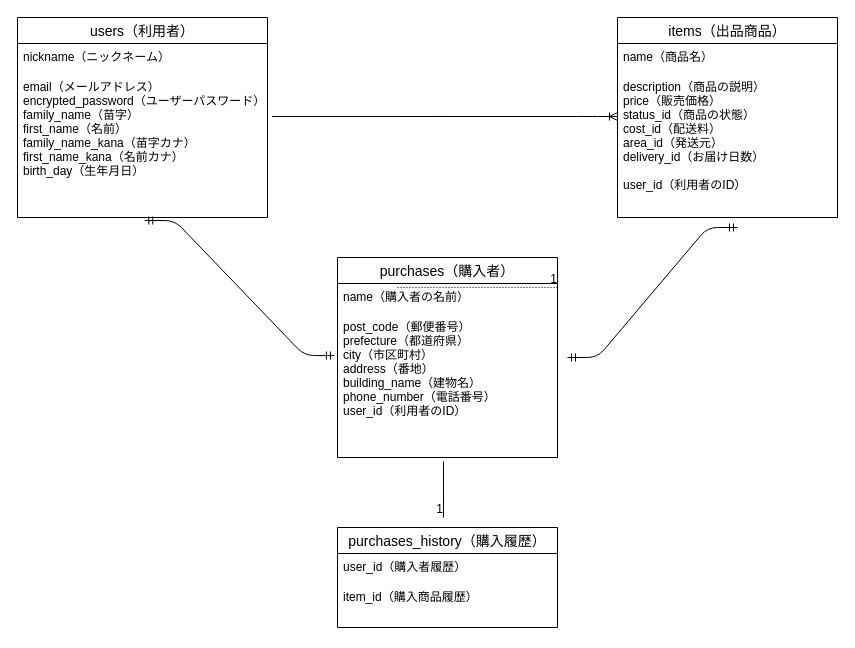
Earlier version of the draw.io diagram page "ページ1" (1 of 2) of furima.dio (atteyo-th/furima-34412). Source tidied: cells renumbered, new cells numbered last; positions are measured from the earlier drawing's top-left corner, leaving out a move shared by most shapes. Both pictures are drawn from the tidied source at 100%, with x=0, y=0 at pixel (17, 17).
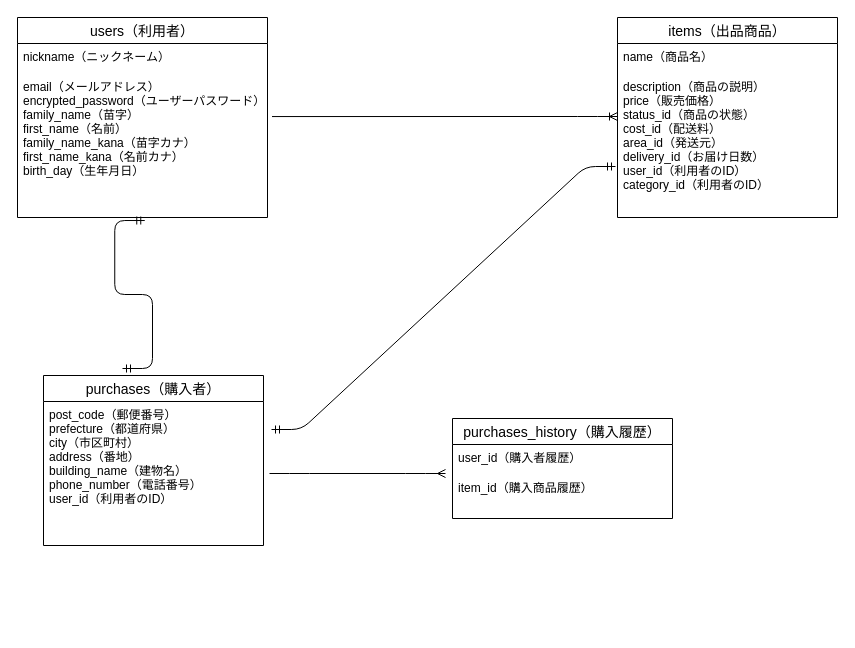
After the change.

Commit message (it also covers changes not shown here):
ER図/REDME修正２

Unchanged cells that the change refers to:
```xml
<mxCell id="4" value="email（メールアドレス）&#10;encrypted_password（ユーザーパスワード）&#10;family_name（苗字）&#10;first_name（名前）&#10;family_name_kana（苗字カナ）&#10;first_name_kana（名前カナ）&#10;birth_day（生年月日）&#10;&#10;&#10;&#10;" style="text;strokeColor=none;fillColor=none;spacingLeft=4;spacingRight=4;overflow=hidden;points=[[0,0.5],[1,0.5]];portConstraint=eastwest;fontSize=12;" parent="2" vertex="1">
  <mxGeometry y="56" width="250" height="144" as="geometry" />
</mxCell>
<mxCell id="5" value="items（出品商品）" style="swimlane;fontStyle=0;horizontal=1;startSize=26;align=center;fontSize=14;direction=east;" parent="1" vertex="1">
  <mxGeometry x="600" width="220" height="200" as="geometry" />
</mxCell>
```

What changed in the source:
```diff
@@
-    <mxCell id="7" value="description（商品の説明）&#10;price（販売価格）&#10;status_id（商品の状態）&#10;cost_id（配送料）&#10;area_id（発送元）&#10;delivery_id（お届け日数）&#10;&#10;user_id（利用者のID）&#10;&#10;&#10;&#10;" style="text;strokeColor=none;fillColor=none;spacingLeft=4;spacingRight=4;overflow=hidden;fontSize=12;" parent="5" vertex="1">
+    <mxCell id="7" value="description（商品の説明）&#10;price（販売価格）&#10;status_id（商品の状態）&#10;cost_id（配送料）&#10;area_id（発送元）&#10;delivery_id（お届け日数）&#10;user_id（利用者のID）&#10;category_id（利用者のID）&#10;&#10;&#10;&#10;" style="text;strokeColor=none;fillColor=none;spacingLeft=4;spacingRight=4;overflow=hidden;fontSize=12;" parent="5" vertex="1">
       <mxGeometry y="56" width="220" height="144" as="geometry" />
     </mxCell>
@@
     <mxCell id="9" value="purchases（購入者）" style="swimlane;fontStyle=0;horizontal=1;startSize=26;align=center;fontSize=14;direction=east;" parent="1" vertex="1">
-      <mxGeometry x="320" y="240" width="220" height="200" as="geometry" />
+      <mxGeometry x="26" y="358" width="220" height="170" as="geometry" />
     </mxCell>
-    <mxCell id="10" value="name（購入者の名前）" style="text;fillColor=none;spacingLeft=4;spacingRight=4;overflow=hidden;fontSize=12;" parent="9" vertex="1">
-      <mxGeometry y="26" width="220" height="30" as="geometry" />
-    </mxCell>
     <mxCell id="11" value="post_code（郵便番号）&#10;prefecture（都道府県）&#10;city（市区町村）&#10;address（番地）&#10;building_name（建物名）&#10;phone_number（電話番号）&#10;user_id（利用者のID）&#10;&#10;&#10;" style="text;strokeColor=none;fillColor=none;spacingLeft=4;spacingRight=4;overflow=hidden;points=[[0,0.5],[1,0.5]];portConstraint=eastwest;fontSize=12;" parent="9" vertex="1">
-      <mxGeometry y="56" width="220" height="144" as="geometry" />
+      <mxGeometry y="26" width="220" height="144" as="geometry" />
     </mxCell>
-    <mxCell id="12" style="edgeStyle=entityRelationEdgeStyle;fontSize=12;html=1;endArrow=ERmandOne;startArrow=ERmandOne;shadow=0;entryX=0.509;entryY=1.021;entryDx=0;entryDy=0;entryPerimeter=0;exitX=-0.014;exitY=0.292;exitDx=0;exitDy=0;exitPerimeter=0;" parent="1" edge="1" source="11" target="4">
-      <mxGeometry relative="1" as="geometry" />
+    <mxCell id="12" style="edgeStyle=entityRelationEdgeStyle;fontSize=12;html=1;endArrow=ERmandOne;startArrow=ERmandOne;shadow=0;entryX=0.509;entryY=1.021;entryDx=0;entryDy=0;entryPerimeter=0;" parent="1" edge="1" target="4">
+      <mxGeometry relative="1" as="geometry">
+        <mxPoint x="105" y="351" as="sourcePoint" />
+      </mxGeometry>
     </mxCell>
     <mxCell id="13" style="edgeStyle=entityRelationEdgeStyle;fontSize=12;html=1;endArrow=ERmandOne;startArrow=ERmandOne;shadow=0;" parent="1" edge="1">
       <mxGeometry relative="1" as="geometry">
-        <mxPoint x="550" y="340" as="sourcePoint" />
-        <mxPoint x="720" y="210" as="targetPoint" />
+        <mxPoint x="254" y="412" as="sourcePoint" />
+        <mxPoint x="598" y="149" as="targetPoint" />
       </mxGeometry>
     </mxCell>
     <mxCell id="14" value="purchases_history（購入履歴）" style="swimlane;fontStyle=0;horizontal=1;startSize=26;align=center;fontSize=14;direction=east;" parent="1" vertex="1">
-      <mxGeometry x="320" y="510" width="220" height="100" as="geometry" />
+      <mxGeometry x="435" y="401" width="220" height="100" as="geometry" />
     </mxCell>
@@
-    <mxCell id="17" style="endArrow=none;html=1;rounded=0;exitX=0.482;exitY=1.028;exitDx=0;exitDy=0;exitPerimeter=0;" parent="1" edge="1" source="11">
-      <mxGeometry relative="1" as="geometry">
-        <mxPoint x="426" y="500" as="targetPoint" />
-      </mxGeometry>
-    </mxCell>
-    <mxCell id="18" value="1" style="html=1;align=right;verticalAlign=bottom;" parent="17" vertex="1">
-      <mxGeometry x="1" relative="1" as="geometry" />
-    </mxCell>
-    <mxCell id="19" style="endArrow=none;html=1;rounded=0;dashed=1;dashPattern=1 2;" parent="1" edge="1">
-      <mxGeometry relative="1" as="geometry">
-        <mxPoint x="380" y="270" as="sourcePoint" />
-        <mxPoint x="540" y="270" as="targetPoint" />
-      </mxGeometry>
-    </mxCell>
-    <mxCell id="20" value="1" style="html=1;align=right;verticalAlign=bottom;" parent="19" vertex="1">
-      <mxGeometry x="1" relative="1" as="geometry" />
-    </mxCell>
+    <mxCell id="21" style="edgeStyle=entityRelationEdgeStyle;fontSize=12;html=1;endArrow=ERmany;" parent="1" edge="1">
+      <mxGeometry relative="1" as="geometry">
+        <mxPoint x="252" y="456" as="sourcePoint" />
+        <mxPoint x="428" y="456" as="targetPoint" />
+      </mxGeometry>
+    </mxCell>
```
